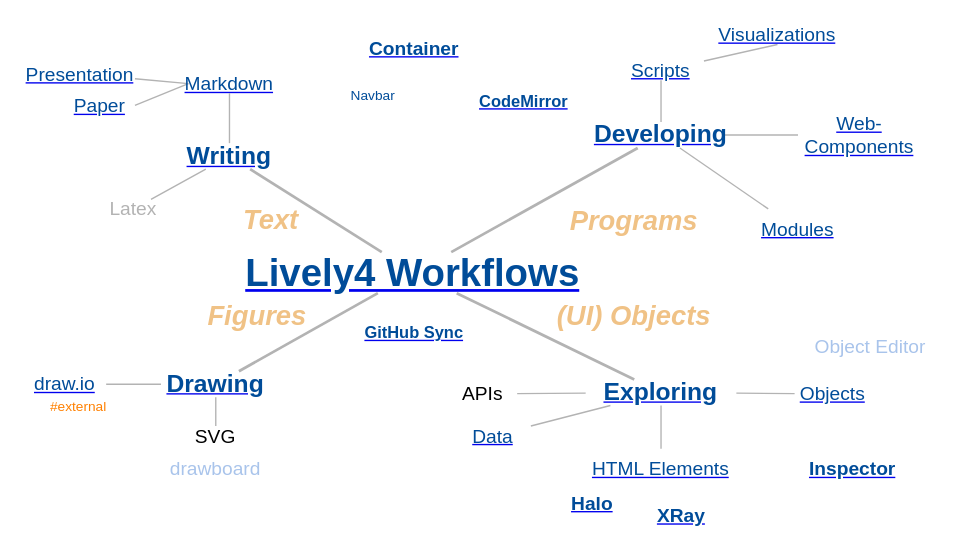
Earlier version of the draw.io diagram doc/figures/workflows.drawio (LivelyKernel/lively4-core). Source tidied: cells renumbered, new cells numbered last; positions are measured from the earlier drawing's top-left corner, leaving out a move shared by most shapes. Both pictures are drawn from the tidied source at 137%, with x=0, y=0 at pixel (23, 25).
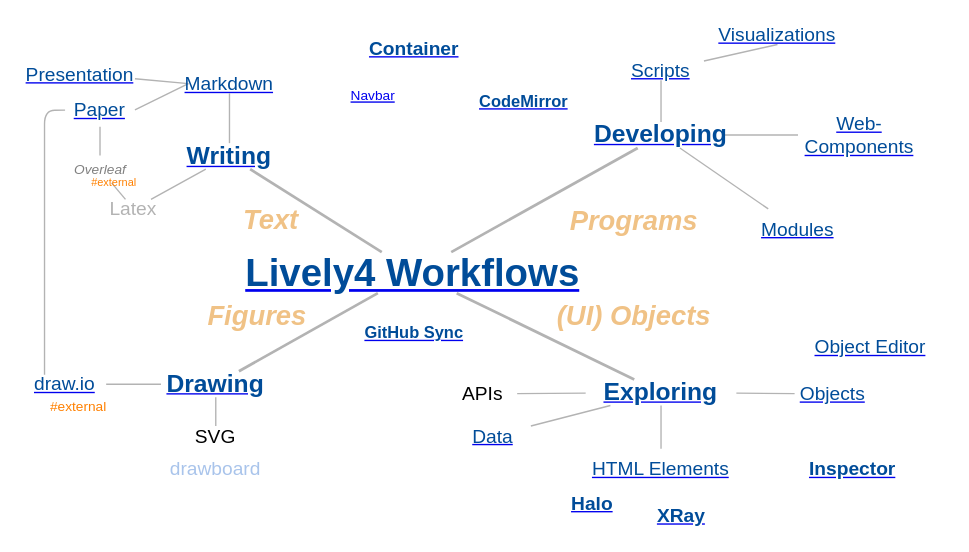
The same diagram, later.

Unchanged cells that the change refers to:
```xml
<mxCell id="16" value="&lt;a href=&quot;../workflows/drawio.md&quot;&gt;&lt;font color=&quot;#004c99&quot;&gt;draw.io&lt;/font&gt;&lt;/a&gt;" style="text;html=1;strokeColor=none;fillColor=none;align=center;verticalAlign=middle;whiteSpace=wrap;rounded=0;fontSize=14;" parent="1" vertex="1">
  <mxGeometry y="255" width="60" height="14" as="geometry" />
</mxCell>
<mxCell id="22" value="Latex" style="text;html=1;strokeColor=none;fillColor=none;align=center;verticalAlign=middle;whiteSpace=wrap;rounded=0;fontSize=14;fontColor=#B3B3B3;" parent="1" vertex="1">
  <mxGeometry x="40" y="127" width="80" height="14" as="geometry" />
</mxCell>
```

Change to the diagram source:
```diff
@@
-    <mxCell id="34" value="&lt;font style=&quot;font-size: 10px ; font-weight: normal&quot;&gt;Navbar&lt;/font&gt;" style="text;html=1;strokeColor=none;fillColor=none;align=center;verticalAlign=middle;whiteSpace=wrap;rounded=0;fontSize=14;fontColor=#004C99;fontStyle=1;" parent="1" vertex="1">
+    <mxCell id="34" value="&lt;font style=&quot;font-size: 10px&quot;&gt;&lt;a href=&quot;../tools/navbar.md&quot;&gt;Navbar&lt;/a&gt;&lt;/font&gt;&lt;font style=&quot;font-size: 10px ; font-weight: normal&quot;&gt;&lt;br&gt;&lt;/font&gt;" style="text;html=1;strokeColor=none;fillColor=none;align=center;verticalAlign=middle;whiteSpace=wrap;rounded=0;fontSize=14;fontColor=#004C99;" parent="1" vertex="1">
       <mxGeometry x="210" y="40" width="90" height="19" as="geometry" />
     </mxCell>
@@
-    <mxCell id="46" value="&lt;font color=&quot;#a9c4eb&quot;&gt;Object Editor&lt;/font&gt;" style="text;html=1;strokeColor=none;fillColor=none;align=center;verticalAlign=middle;whiteSpace=wrap;rounded=0;fontSize=14;fontColor=#004C99;fontStyle=0;strokeOpacity=80;fillOpacity=80;" parent="1" vertex="1">
+    <mxCell id="46" value="&lt;a href=&quot;../tools/object-editor.md&quot;&gt;&lt;font color=&quot;#004c99&quot;&gt;Object Editor&lt;/font&gt;&lt;/a&gt;" style="text;html=1;strokeColor=none;fillColor=none;align=center;verticalAlign=middle;whiteSpace=wrap;rounded=0;fontSize=14;fontColor=#004C99;fontStyle=0;strokeOpacity=80;fillOpacity=80;" parent="1" vertex="1">
       <mxGeometry x="562.5" y="227.5" width="110" height="14" as="geometry" />
     </mxCell>
@@
     <mxCell id="51" value="&lt;a href=&quot;../workflows/paper.md&quot;&gt;&lt;font color=&quot;#004c99&quot;&gt;Paper&lt;/font&gt;&lt;/a&gt;" style="text;html=1;strokeColor=none;fillColor=none;align=center;verticalAlign=middle;whiteSpace=wrap;rounded=0;fontSize=14;direction=south;" parent="1" vertex="1">
-      <mxGeometry x="30" y="51.5" width="51" height="14" as="geometry" />
+      <mxGeometry x="30" y="49.5" width="51" height="24.5" as="geometry" />
     </mxCell>
@@
+    <mxCell id="53" value="&lt;i&gt;&lt;font style=&quot;font-size: 10px&quot; color=&quot;#808080&quot;&gt;Overleaf&lt;/font&gt;&lt;/i&gt;" style="text;html=1;strokeColor=none;fillColor=none;align=center;verticalAlign=middle;whiteSpace=wrap;rounded=0;" parent="1" vertex="1">
+      <mxGeometry x="35.5" y="95" width="40" height="20" as="geometry" />
+    </mxCell>
+    <mxCell id="54" style="edgeStyle=none;jettySize=auto;html=1;endArrow=none;strokeColor=#B3B3B3;strokeWidth=1;fontSize=18;fontColor=#808080;" parent="1" edge="1" source="22" target="53">
+      <mxGeometry relative="1" as="geometry" />
+    </mxCell>
+    <mxCell id="55" style="edgeStyle=none;jettySize=auto;html=1;endArrow=none;strokeColor=#B3B3B3;strokeWidth=1;fontSize=18;fontColor=#808080;" parent="1" edge="1" source="51" target="53">
+      <mxGeometry relative="1" as="geometry" />
+    </mxCell>
+    <mxCell id="56" style="edgeStyle=none;jettySize=auto;html=1;endArrow=none;strokeColor=#B3B3B3;strokeWidth=1;fontSize=18;fontColor=#808080;entryX=0.25;entryY=0;entryDx=0;entryDy=0;" parent="1" edge="1" source="51" target="16">
+      <mxGeometry relative="1" as="geometry">
+        <Array as="points">
+          <mxPoint x="15" y="62" />
+        </Array>
+      </mxGeometry>
+    </mxCell>
+    <mxCell id="57" value="#external" style="text;html=1;strokeColor=none;fillColor=none;align=center;verticalAlign=middle;whiteSpace=wrap;rounded=0;fontSize=8;fontColor=#FF8000;" parent="1" vertex="1">
+      <mxGeometry x="41" y="110" width="50" height="10" as="geometry" />
+    </mxCell>
```
